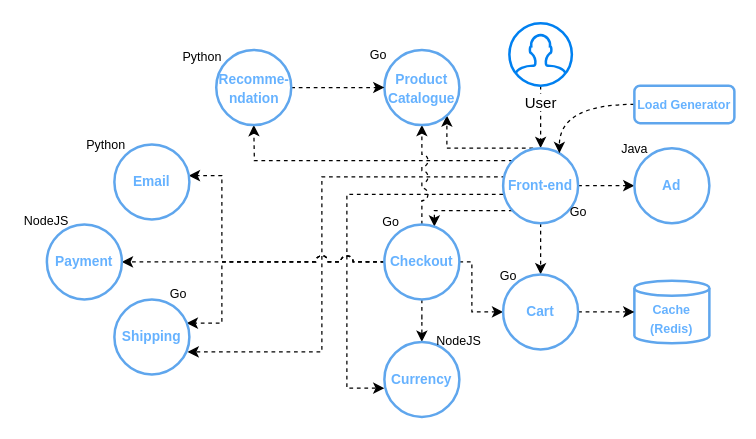
Earlier version of the draw.io diagram online-boutique.drawio (danielfct/master-thesis). Source tidied: cells renumbered, new cells numbered last; positions are measured from the earlier drawing's top-left corner, leaving out a move shared by most shapes. Both pictures are drawn from the tidied source at 125%, with x=0, y=0 at pixel (21, 22).
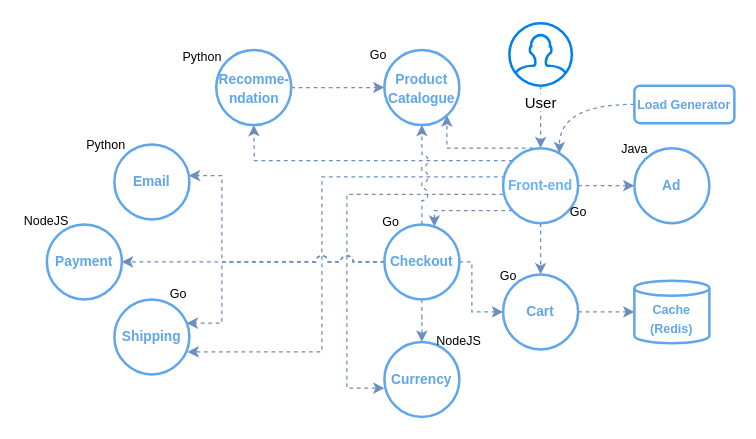
The same page after the edit.

Unchanged cells that the change refers to:
```xml
<mxCell id="3" value="User" style="html=1;verticalLabelPosition=bottom;align=center;labelBackgroundColor=#ffffff;verticalAlign=top;strokeWidth=2;strokeColor=#0080F0;shadow=0;dashed=0;shape=mxgraph.ios7.icons.user;" parent="1" vertex="1">
  <mxGeometry x="390" width="50" height="50" as="geometry" />
</mxCell>
<mxCell id="11" value="&lt;font color=&quot;#66b2ff&quot; size=&quot;1&quot;&gt;&lt;b style=&quot;font-size: 11px&quot;&gt;Front-end&lt;/b&gt;&lt;/font&gt;" style="ellipse;whiteSpace=wrap;html=1;strokeWidth=2;strokeColor=#5FA6ED;" parent="1" vertex="1">
  <mxGeometry x="385" y="100" width="60" height="60" as="geometry" />
</mxCell>
```

Change to the diagram source:
```diff
@@
-    <mxCell id="2" style="edgeStyle=orthogonalEdgeStyle;rounded=0;jettySize=auto;html=1;dashed=1;" parent="1" edge="1" source="3" target="11">
+    <mxCell id="2" style="edgeStyle=orthogonalEdgeStyle;rounded=0;jettySize=auto;html=1;dashed=1;fillColor=#dae8fc;strokeColor=#6c8ebf;" parent="1" edge="1" source="3" target="11">
       <mxGeometry relative="1" as="geometry" />
     </mxCell>
@@
-    <mxCell id="4" style="edgeStyle=orthogonalEdgeStyle;rounded=0;jettySize=auto;html=1;dashed=1;fontSize=10;" parent="1" edge="1" source="11" target="20">
+    <mxCell id="4" style="edgeStyle=orthogonalEdgeStyle;rounded=0;jettySize=auto;html=1;dashed=1;fontSize=10;fillColor=#dae8fc;strokeColor=#6c8ebf;" parent="1" edge="1" source="11" target="20">
       <mxGeometry relative="1" as="geometry">
         <Array as="points">
           <mxPoint x="330" y="150" />
         </Array>
       </mxGeometry>
     </mxCell>
-    <mxCell id="5" style="edgeStyle=orthogonalEdgeStyle;rounded=0;jettySize=auto;html=1;dashed=1;fontSize=10;" parent="1" edge="1" source="11" target="21">
+    <mxCell id="5" style="edgeStyle=orthogonalEdgeStyle;rounded=0;jettySize=auto;html=1;dashed=1;fontSize=10;fillColor=#dae8fc;strokeColor=#6c8ebf;" parent="1" edge="1" source="11" target="21">
       <mxGeometry relative="1" as="geometry" />
     </mxCell>
-    <mxCell id="6" style="edgeStyle=orthogonalEdgeStyle;rounded=0;jettySize=auto;html=1;dashed=1;fontSize=10;" parent="1" edge="1" source="11" target="32">
+    <mxCell id="6" style="edgeStyle=orthogonalEdgeStyle;rounded=0;jettySize=auto;html=1;dashed=1;fontSize=10;fillColor=#dae8fc;strokeColor=#6c8ebf;" parent="1" edge="1" source="11" target="32">
       <mxGeometry relative="1" as="geometry" />
     </mxCell>
-    <mxCell id="7" style="edgeStyle=orthogonalEdgeStyle;rounded=0;orthogonalLoop=1;jettySize=auto;html=1;dashed=1;fontSize=10;jumpStyle=arc;" parent="1" edge="1">
+    <mxCell id="7" style="edgeStyle=orthogonalEdgeStyle;rounded=0;orthogonalLoop=1;jettySize=auto;html=1;dashed=1;fontSize=10;jumpStyle=arc;fillColor=#dae8fc;strokeColor=#6c8ebf;" parent="1" edge="1">
       <mxGeometry relative="1" as="geometry">
         <mxPoint x="386.7" y="123" as="sourcePoint" />
         <mxPoint x="132.6" y="263" as="targetPoint" />
         <Array as="points">
           <mxPoint x="240" y="123" />
           <mxPoint x="240" y="263" />
         </Array>
       </mxGeometry>
     </mxCell>
-    <mxCell id="8" style="edgeStyle=orthogonalEdgeStyle;rounded=0;jettySize=auto;html=1;dashed=1;fontSize=10;" parent="1" edge="1" source="11" target="28">
+    <mxCell id="8" style="edgeStyle=orthogonalEdgeStyle;rounded=0;jettySize=auto;html=1;dashed=1;fontSize=10;fillColor=#dae8fc;strokeColor=#6c8ebf;" parent="1" edge="1" source="11" target="28">
       <mxGeometry relative="1" as="geometry">
         <Array as="points">
           <mxPoint x="186" y="110" />
         </Array>
       </mxGeometry>
     </mxCell>
-    <mxCell id="9" style="edgeStyle=orthogonalEdgeStyle;rounded=0;orthogonalLoop=1;jettySize=auto;html=1;entryX=0;entryY=0.5;entryDx=0;entryDy=0;dashed=1;fontSize=10;" parent="1" edge="1">
+    <mxCell id="9" style="edgeStyle=orthogonalEdgeStyle;rounded=0;orthogonalLoop=1;jettySize=auto;html=1;entryX=0;entryY=0.5;entryDx=0;entryDy=0;dashed=1;fontSize=10;fillColor=#dae8fc;strokeColor=#6c8ebf;" parent="1" edge="1">
       <mxGeometry relative="1" as="geometry">
         <mxPoint x="385" y="137" as="sourcePoint" />
         <mxPoint x="290" y="292" as="targetPoint" />
         <Array as="points">
           <mxPoint x="260" y="137" />
           <mxPoint x="260" y="292" />
         </Array>
       </mxGeometry>
     </mxCell>
-    <mxCell id="10" style="edgeStyle=orthogonalEdgeStyle;rounded=0;jumpStyle=arc;jumpSize=10;jettySize=auto;html=1;dashed=1;strokeColor=#000000;fontSize=10;" parent="1" edge="1" target="26">
+    <mxCell id="10" style="edgeStyle=orthogonalEdgeStyle;rounded=0;jumpStyle=arc;jumpSize=10;jettySize=auto;html=1;dashed=1;strokeColor=#6c8ebf;fontSize=10;fillColor=#dae8fc;" parent="1" edge="1" target="26">
       <mxGeometry relative="1" as="geometry">
         <mxPoint x="409" y="100" as="sourcePoint" />
         <Array as="points">
           <mxPoint x="340" y="100" />
         </Array>
       </mxGeometry>
     </mxCell>
@@
-    <mxCell id="12" style="edgeStyle=orthogonalEdgeStyle;rounded=0;jettySize=auto;html=1;dashed=1;curved=1;" parent="1" edge="1" source="13" target="11">
+    <mxCell id="12" style="edgeStyle=orthogonalEdgeStyle;rounded=0;jettySize=auto;html=1;dashed=1;curved=1;fillColor=#dae8fc;strokeColor=#6c8ebf;" parent="1" edge="1" source="13" target="11">
       <mxGeometry relative="1" as="geometry">
         <Array as="points">
           <mxPoint x="430" y="65" />
         </Array>
       </mxGeometry>
     </mxCell>
-    <mxCell id="13" value="&lt;b&gt;&lt;font color=&quot;#66b2ff&quot; style=&quot;font-size: 10px&quot;&gt;Load Generator&lt;/font&gt;&lt;/b&gt;" style="rounded=1;whiteSpace=wrap;html=1;strokeColor=#5FA6ED;strokeWidth=2;" parent="1" vertex="1">
+    <mxCell id="13" value="&lt;b&gt;&lt;font style=&quot;font-size: 10px&quot; color=&quot;#5fa6ed&quot;&gt;Load Generator&lt;/font&gt;&lt;/b&gt;" style="rounded=1;whiteSpace=wrap;html=1;strokeColor=#5FA6ED;strokeWidth=2;" parent="1" vertex="1">
       <mxGeometry x="490" y="50" width="80" height="30" as="geometry" />
     </mxCell>
-    <mxCell id="14" style="edgeStyle=orthogonalEdgeStyle;rounded=0;jettySize=auto;html=1;dashed=1;fontSize=10;jumpStyle=arc;jumpSize=10;" parent="1" edge="1" source="20" target="23">
+    <mxCell id="14" style="edgeStyle=orthogonalEdgeStyle;rounded=0;jettySize=auto;html=1;dashed=1;fontSize=10;jumpStyle=arc;jumpSize=10;fillColor=#dae8fc;strokeColor=#6c8ebf;" parent="1" edge="1" source="20" target="23">
       <mxGeometry relative="1" as="geometry" />
     </mxCell>
-    <mxCell id="15" style="edgeStyle=orthogonalEdgeStyle;rounded=0;jettySize=auto;html=1;dashed=1;fontSize=10;jumpStyle=arc;jumpSize=10;" parent="1" edge="1" source="20" target="22">
+    <mxCell id="15" style="edgeStyle=orthogonalEdgeStyle;rounded=0;jettySize=auto;html=1;dashed=1;fontSize=10;jumpStyle=arc;jumpSize=10;fillColor=#dae8fc;strokeColor=#6c8ebf;" parent="1" edge="1" source="20" target="22">
       <mxGeometry relative="1" as="geometry">
         <Array as="points">
           <mxPoint x="160" y="191" />
           <mxPoint x="160" y="122" />
         </Array>
       </mxGeometry>
     </mxCell>
-    <mxCell id="16" style="edgeStyle=orthogonalEdgeStyle;rounded=0;jettySize=auto;html=1;dashed=1;fontSize=10;jumpStyle=arc;jumpSize=10;" parent="1" edge="1" source="20" target="24">
+    <mxCell id="16" style="edgeStyle=orthogonalEdgeStyle;rounded=0;jettySize=auto;html=1;dashed=1;fontSize=10;jumpStyle=arc;jumpSize=10;fillColor=#dae8fc;strokeColor=#6c8ebf;" parent="1" edge="1" source="20" target="24">
       <mxGeometry relative="1" as="geometry">
         <Array as="points">
           <mxPoint x="160" y="191" />
           <mxPoint x="160" y="240" />
         </Array>
       </mxGeometry>
     </mxCell>
-    <mxCell id="17" style="edgeStyle=orthogonalEdgeStyle;rounded=0;jettySize=auto;html=1;dashed=1;fontSize=10;" parent="1" edge="1" source="20" target="25">
+    <mxCell id="17" style="edgeStyle=orthogonalEdgeStyle;rounded=0;jettySize=auto;html=1;dashed=1;fontSize=10;fillColor=#dae8fc;strokeColor=#6c8ebf;" parent="1" edge="1" source="20" target="25">
       <mxGeometry relative="1" as="geometry" />
     </mxCell>
-    <mxCell id="18" style="rounded=0;jettySize=auto;html=1;dashed=1;fontSize=10;" parent="1" edge="1" source="20" target="32">
+    <mxCell id="18" style="rounded=0;jettySize=auto;html=1;dashed=1;fontSize=10;fillColor=#dae8fc;strokeColor=#6c8ebf;" parent="1" edge="1" source="20" target="32">
       <mxGeometry relative="1" as="geometry">
         <Array as="points">
           <mxPoint x="360" y="191" />
           <mxPoint x="360" y="231" />
         </Array>
       </mxGeometry>
     </mxCell>
-    <mxCell id="19" style="edgeStyle=orthogonalEdgeStyle;rounded=0;jettySize=auto;html=1;dashed=1;fontSize=10;jumpStyle=arc;jumpSize=10;" parent="1" edge="1" source="20" target="26">
+    <mxCell id="19" style="edgeStyle=orthogonalEdgeStyle;rounded=0;jettySize=auto;html=1;dashed=1;fontSize=10;jumpStyle=arc;jumpSize=10;fillColor=#dae8fc;strokeColor=#6c8ebf;" parent="1" edge="1" source="20" target="26">
       <mxGeometry relative="1" as="geometry" />
     </mxCell>
-    <mxCell id="20" value="&lt;font color=&quot;#66b2ff&quot; size=&quot;1&quot;&gt;&lt;b style=&quot;font-size: 11px&quot;&gt;Checkout&lt;/b&gt;&lt;/font&gt;" style="ellipse;whiteSpace=wrap;html=1;strokeWidth=2;strokeColor=#5FA6ED;" parent="1" vertex="1">
+    <mxCell id="20" value="&lt;font color=&quot;#5fa6ed&quot;&gt;&lt;font size=&quot;1&quot;&gt;&lt;b style=&quot;font-size: 11px&quot;&gt;Checkout&lt;/b&gt;&lt;/font&gt;&lt;/font&gt;" style="ellipse;whiteSpace=wrap;html=1;strokeWidth=2;strokeColor=#5FA6ED;" parent="1" vertex="1">
       <mxGeometry x="290" y="161" width="60" height="60" as="geometry" />
     </mxCell>
-    <mxCell id="21" value="&lt;font color=&quot;#66b2ff&quot;&gt;&lt;span style=&quot;font-size: 11px&quot;&gt;&lt;b&gt;Ad&lt;/b&gt;&lt;/span&gt;&lt;/font&gt;" style="ellipse;whiteSpace=wrap;html=1;strokeWidth=2;strokeColor=#5FA6ED;" parent="1" vertex="1">
+    <mxCell id="21" value="&lt;span style=&quot;font-size: 11px&quot;&gt;&lt;b&gt;&lt;font color=&quot;#5fa6ed&quot;&gt;Ad&lt;/font&gt;&lt;/b&gt;&lt;/span&gt;" style="ellipse;whiteSpace=wrap;html=1;strokeWidth=2;strokeColor=#5FA6ED;" parent="1" vertex="1">
       <mxGeometry x="490" y="100" width="60" height="60" as="geometry" />
     </mxCell>
-    <mxCell id="22" value="&lt;font color=&quot;#66b2ff&quot;&gt;&lt;span style=&quot;font-size: 11px&quot;&gt;&lt;b&gt;Email&lt;/b&gt;&lt;/span&gt;&lt;/font&gt;" style="ellipse;whiteSpace=wrap;html=1;strokeWidth=2;strokeColor=#5FA6ED;" parent="1" vertex="1">
+    <mxCell id="22" value="&lt;span style=&quot;font-size: 11px&quot;&gt;&lt;b&gt;&lt;font color=&quot;#5fa6ed&quot;&gt;Email&lt;/font&gt;&lt;/b&gt;&lt;/span&gt;" style="ellipse;whiteSpace=wrap;html=1;strokeWidth=2;strokeColor=#5FA6ED;" parent="1" vertex="1">
       <mxGeometry x="74" y="97" width="60" height="60" as="geometry" />
     </mxCell>
-    <mxCell id="23" value="&lt;font color=&quot;#66b2ff&quot;&gt;&lt;span style=&quot;font-size: 11px&quot;&gt;&lt;b&gt;Payment&lt;/b&gt;&lt;/span&gt;&lt;/font&gt;" style="ellipse;whiteSpace=wrap;html=1;strokeWidth=2;strokeColor=#5FA6ED;" parent="1" vertex="1">
+    <mxCell id="23" value="&lt;font color=&quot;#5fa6ed&quot;&gt;&lt;span style=&quot;font-size: 11px&quot;&gt;&lt;b&gt;Payment&lt;/b&gt;&lt;/span&gt;&lt;/font&gt;" style="ellipse;whiteSpace=wrap;html=1;strokeWidth=2;strokeColor=#5FA6ED;" parent="1" vertex="1">
       <mxGeometry x="20" y="161" width="60" height="60" as="geometry" />
     </mxCell>
-    <mxCell id="24" value="&lt;font color=&quot;#66b2ff&quot;&gt;&lt;span style=&quot;font-size: 11px&quot;&gt;&lt;b&gt;Shipping&lt;/b&gt;&lt;/span&gt;&lt;/font&gt;" style="ellipse;whiteSpace=wrap;html=1;strokeWidth=2;strokeColor=#5FA6ED;" parent="1" vertex="1">
+    <mxCell id="24" value="&lt;span style=&quot;font-size: 11px&quot;&gt;&lt;b&gt;&lt;font color=&quot;#5fa6ed&quot;&gt;Shipping&lt;/font&gt;&lt;/b&gt;&lt;/span&gt;" style="ellipse;whiteSpace=wrap;html=1;strokeWidth=2;strokeColor=#5FA6ED;" parent="1" vertex="1">
       <mxGeometry x="74" y="221" width="60" height="60" as="geometry" />
     </mxCell>
-    <mxCell id="25" value="&lt;font color=&quot;#66b2ff&quot;&gt;&lt;span style=&quot;font-size: 11px&quot;&gt;&lt;b&gt;Currency&lt;/b&gt;&lt;/span&gt;&lt;/font&gt;" style="ellipse;whiteSpace=wrap;html=1;strokeWidth=2;strokeColor=#5FA6ED;" parent="1" vertex="1">
+    <mxCell id="25" value="&lt;font color=&quot;#5fa6ed&quot;&gt;&lt;span style=&quot;font-size: 11px&quot;&gt;&lt;b&gt;Currency&lt;/b&gt;&lt;/span&gt;&lt;/font&gt;" style="ellipse;whiteSpace=wrap;html=1;strokeWidth=2;strokeColor=#5FA6ED;" parent="1" vertex="1">
       <mxGeometry x="290" y="255" width="60" height="60" as="geometry" />
     </mxCell>
-    <mxCell id="26" value="&lt;font color=&quot;#66b2ff&quot;&gt;&lt;span style=&quot;font-size: 11px&quot;&gt;&lt;b&gt;Product Catalogue&lt;/b&gt;&lt;/span&gt;&lt;/font&gt;" style="ellipse;whiteSpace=wrap;html=1;strokeWidth=2;strokeColor=#5FA6ED;" parent="1" vertex="1">
+    <mxCell id="26" value="&lt;span style=&quot;font-size: 11px&quot;&gt;&lt;b&gt;&lt;font color=&quot;#5fa6ed&quot;&gt;Product Catalogue&lt;/font&gt;&lt;/b&gt;&lt;/span&gt;" style="ellipse;whiteSpace=wrap;html=1;strokeWidth=2;strokeColor=#5FA6ED;" parent="1" vertex="1">
       <mxGeometry x="290" y="21.5" width="60" height="60" as="geometry" />
     </mxCell>
-    <mxCell id="27" style="edgeStyle=orthogonalEdgeStyle;rounded=0;jettySize=auto;html=1;dashed=1;fontSize=10;" parent="1" edge="1" source="28" target="26">
+    <mxCell id="27" style="edgeStyle=orthogonalEdgeStyle;rounded=0;jettySize=auto;html=1;dashed=1;fontSize=10;fillColor=#dae8fc;strokeColor=#6c8ebf;" parent="1" edge="1" source="28" target="26">
       <mxGeometry relative="1" as="geometry" />
     </mxCell>
-    <mxCell id="28" value="&lt;font color=&quot;#66b2ff&quot;&gt;&lt;span style=&quot;font-size: 11px&quot;&gt;&lt;b&gt;Recomme-ndation&lt;/b&gt;&lt;/span&gt;&lt;/font&gt;" style="ellipse;whiteSpace=wrap;html=1;strokeWidth=2;strokeColor=#5FA6ED;" parent="1" vertex="1">
+    <mxCell id="28" value="&lt;span style=&quot;font-size: 11px&quot;&gt;&lt;b&gt;&lt;font color=&quot;#5fa6ed&quot;&gt;Recomme-ndation&lt;/font&gt;&lt;/b&gt;&lt;/span&gt;" style="ellipse;whiteSpace=wrap;html=1;strokeWidth=2;strokeColor=#5FA6ED;" parent="1" vertex="1">
       <mxGeometry x="155.5" y="21.5" width="60" height="60" as="geometry" />
     </mxCell>
-    <mxCell id="29" value="&lt;b style=&quot;font-size: 10px&quot;&gt;&lt;font color=&quot;#66b2ff&quot; style=&quot;font-size: 10px&quot;&gt;Cache&lt;br&gt;(Redis)&lt;/font&gt;&lt;/b&gt;" style="shape=cylinder3;whiteSpace=wrap;html=1;boundedLbl=1;backgroundOutline=1;size=6;strokeColor=#5FA6ED;strokeWidth=2;" parent="1" vertex="1">
+    <mxCell id="29" value="&lt;b style=&quot;font-size: 10px&quot;&gt;&lt;font style=&quot;font-size: 10px&quot; color=&quot;#5fa6ed&quot;&gt;Cache&lt;br&gt;(Redis)&lt;/font&gt;&lt;/b&gt;" style="shape=cylinder3;whiteSpace=wrap;html=1;boundedLbl=1;backgroundOutline=1;size=6;strokeColor=#5FA6ED;strokeWidth=2;" parent="1" vertex="1">
       <mxGeometry x="490" y="206" width="60" height="50" as="geometry" />
     </mxCell>
@@
-    <mxCell id="31" style="edgeStyle=orthogonalEdgeStyle;rounded=0;jettySize=auto;html=1;dashed=1;fontSize=10;" parent="1" edge="1" source="32" target="29">
+    <mxCell id="31" style="edgeStyle=orthogonalEdgeStyle;rounded=0;jettySize=auto;html=1;dashed=1;fontSize=10;fillColor=#dae8fc;strokeColor=#6c8ebf;" parent="1" edge="1" source="32" target="29">
       <mxGeometry relative="1" as="geometry" />
     </mxCell>
-    <mxCell id="32" value="&lt;font color=&quot;#66b2ff&quot; size=&quot;1&quot;&gt;&lt;b style=&quot;font-size: 11px&quot;&gt;Cart&lt;/b&gt;&lt;/font&gt;" style="ellipse;whiteSpace=wrap;html=1;strokeWidth=2;strokeColor=#5FA6ED;" parent="1" vertex="1">
+    <mxCell id="32" value="&lt;font size=&quot;1&quot; color=&quot;#5fa6ed&quot;&gt;&lt;b style=&quot;font-size: 11px&quot;&gt;Cart&lt;/b&gt;&lt;/font&gt;" style="ellipse;whiteSpace=wrap;html=1;strokeWidth=2;strokeColor=#5FA6ED;" parent="1" vertex="1">
       <mxGeometry x="385" y="201" width="60" height="60" as="geometry" />
     </mxCell>
```
